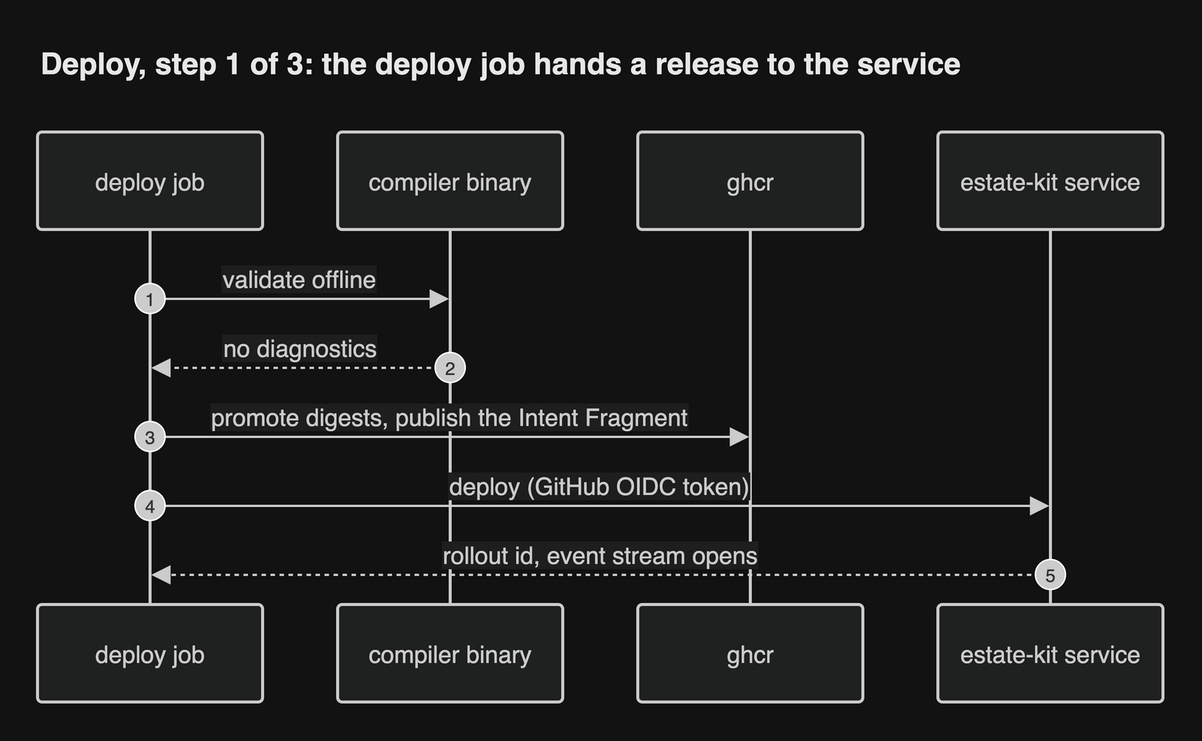
Above: docs/diagrams/png/seq-deploy-1-admit.png in JorisJonkers-dev/estate-kit (draw.io), before the change. Source tidied: cells renumbered, new cells last; positions are measured from the earlier drawing's top-left corner, leaving out a move shared by most shapes.
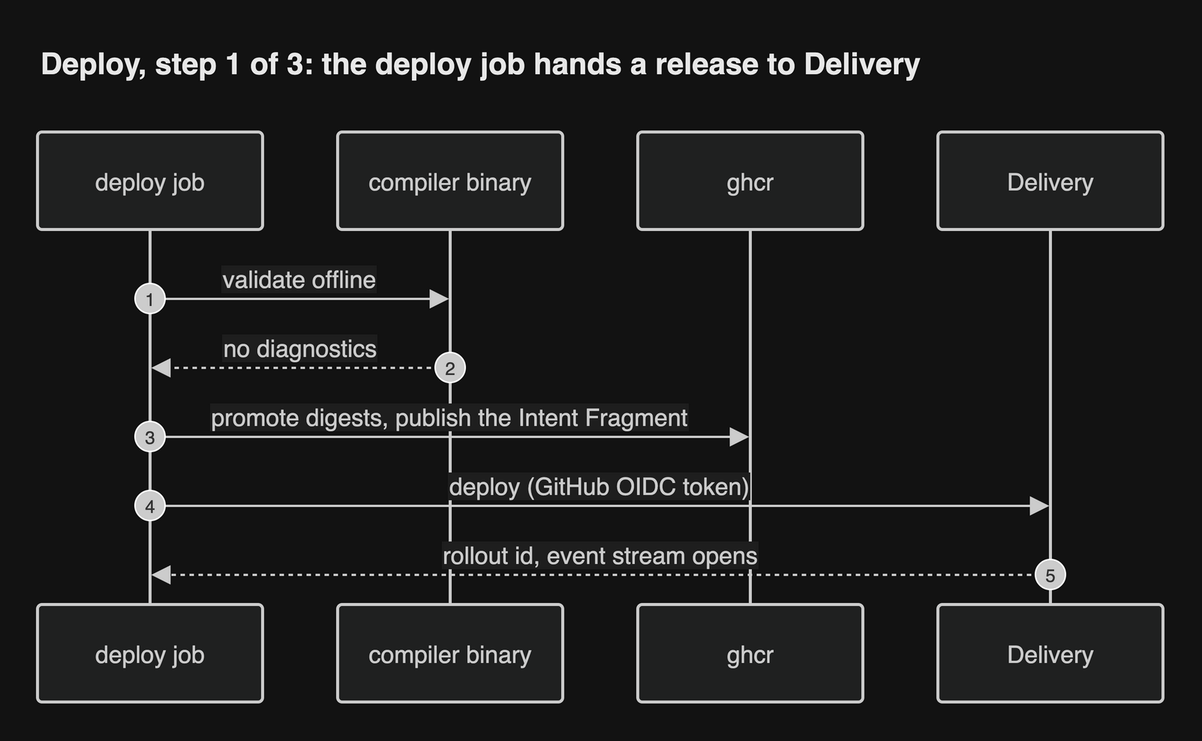
After the change.

Diff of the diagram source:
```diff
@@ -11,7 +11,7 @@
     <mxCell id="4" value="ghcr" style="html=1;shape=umlLifeline;perimeter=lifelinePerimeter;whiteSpace=wrap;outlineConnect=0;portConstraint=eastwest;newEdgeStyle={&quot;edgeStyle&quot;:&quot;sequenceEdgeStyle&quot;,&quot;libavoidRouting&quot;:0,&quot;curved&quot;:0,&quot;rounded&quot;:0};lifelineDashed=0;strokeWidth=2;rounded=1;absoluteArcSize=1;arcSize=6;lifelineColor=light-dark(#9370DB,#cccccc);size=65;lifelineMirror=1;fillColor=light-dark(#ECECFF,#1f2020);strokeColor=light-dark(#9370DB,#cccccc);fontColor=light-dark(#333333,#cccccc);fontSize=16;fontFamily=Helvetica;" parent="1" vertex="1">
       <mxGeometry x="400" y="64" width="150" height="380" as="geometry" />
     </mxCell>
-    <mxCell id="5" value="estate-kit service" style="html=1;shape=umlLifeline;perimeter=lifelinePerimeter;whiteSpace=wrap;outlineConnect=0;portConstraint=eastwest;newEdgeStyle={&quot;edgeStyle&quot;:&quot;sequenceEdgeStyle&quot;,&quot;libavoidRouting&quot;:0,&quot;curved&quot;:0,&quot;rounded&quot;:0};lifelineDashed=0;strokeWidth=2;rounded=1;absoluteArcSize=1;arcSize=6;lifelineColor=light-dark(#9370DB,#cccccc);size=65;lifelineMirror=1;fillColor=light-dark(#ECECFF,#1f2020);strokeColor=light-dark(#9370DB,#cccccc);fontColor=light-dark(#333333,#cccccc);fontSize=16;fontFamily=Helvetica;" parent="1" vertex="1">
+    <mxCell id="5" value="Delivery" style="html=1;shape=umlLifeline;perimeter=lifelinePerimeter;whiteSpace=wrap;outlineConnect=0;portConstraint=eastwest;newEdgeStyle={&quot;edgeStyle&quot;:&quot;sequenceEdgeStyle&quot;,&quot;libavoidRouting&quot;:0,&quot;curved&quot;:0,&quot;rounded&quot;:0};lifelineDashed=0;strokeWidth=2;rounded=1;absoluteArcSize=1;arcSize=6;lifelineColor=light-dark(#9370DB,#cccccc);size=65;lifelineMirror=1;fillColor=light-dark(#ECECFF,#1f2020);strokeColor=light-dark(#9370DB,#cccccc);fontColor=light-dark(#333333,#cccccc);fontSize=16;fontFamily=Helvetica;" parent="1" vertex="1">
       <mxGeometry x="600" y="64" width="150" height="380" as="geometry" />
     </mxCell>
     <mxCell id="6" value="validate offline" style="endArrow=block;endSize=9;verticalAlign=bottom;spacingBottom=2;edgeStyle=sequenceEdgeStyle;libavoidRouting=0;curved=0;rounded=0;fontSize=16;strokeWidth=1.5;strokeColor=light-dark(#333333,#cccccc);fontColor=light-dark(#333333,#cccccc);fontFamily=Helvetica;labelBackgroundColor=light-dark(#ffffff,#1e1e1e);" parent="1" edge="1" source="2" target="3">
@@ -64,7 +64,7 @@
     <mxCell id="15" value="5" style="ellipse;fillColor=light-dark(#333333,#cccccc);align=center;verticalAlign=middle;fontColor=light-dark(#FFFFFF,#333333);fontSize=12;fontFamily=Helvetica;" parent="1" vertex="1">
       <mxGeometry x="665" y="349" width="20" height="20" as="geometry" />
     </mxCell>
-    <mxCell id="16" value="Deploy, step 1 of 3: the deploy job hands a release to the service" style="text;html=1;whiteSpace=wrap;align=left;verticalAlign=middle;fontSize=20;fontStyle=1;fontColor=light-dark(#1a1a1a,#e8e8e8);fontFamily=Helvetica;" parent="1" vertex="1">
+    <mxCell id="16" value="Deploy, step 1 of 3: the deploy job hands a release to Delivery" style="text;html=1;whiteSpace=wrap;align=left;verticalAlign=middle;fontSize=20;fontStyle=1;fontColor=light-dark(#1a1a1a,#e8e8e8);fontFamily=Helvetica;" parent="1" vertex="1">
       <mxGeometry width="750" height="36" as="geometry" />
     </mxCell>
   </root>
```
